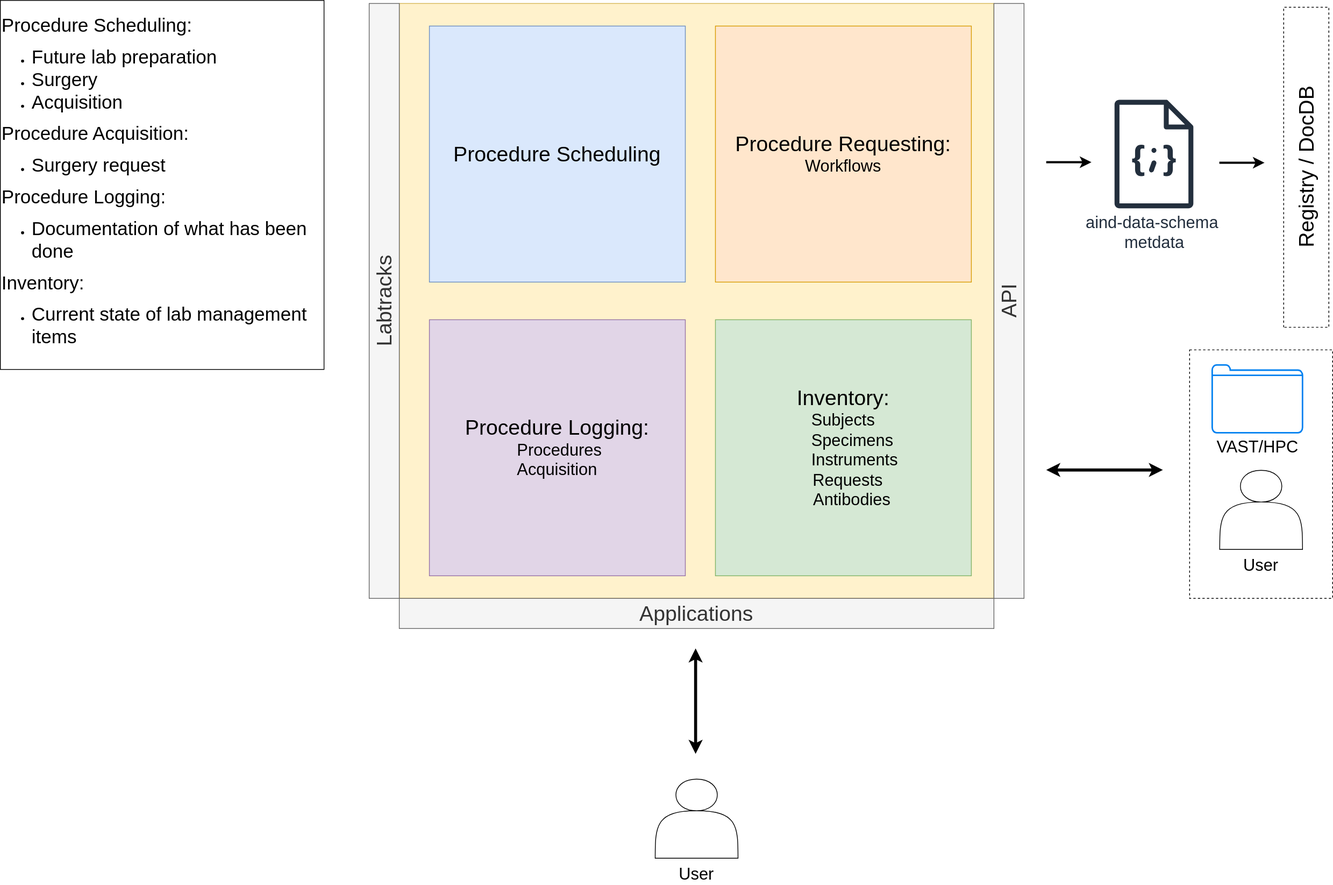
Before: docs/source/diagrams/mid_level/lab_management.svg, a diagram exported from draw.io (AllenNeuralDynamics/aind-software-docs). Source tidied: cells renumbered, new cells last; positions are measured from the earlier drawing's top-left corner, leaving out a move shared by most shapes.
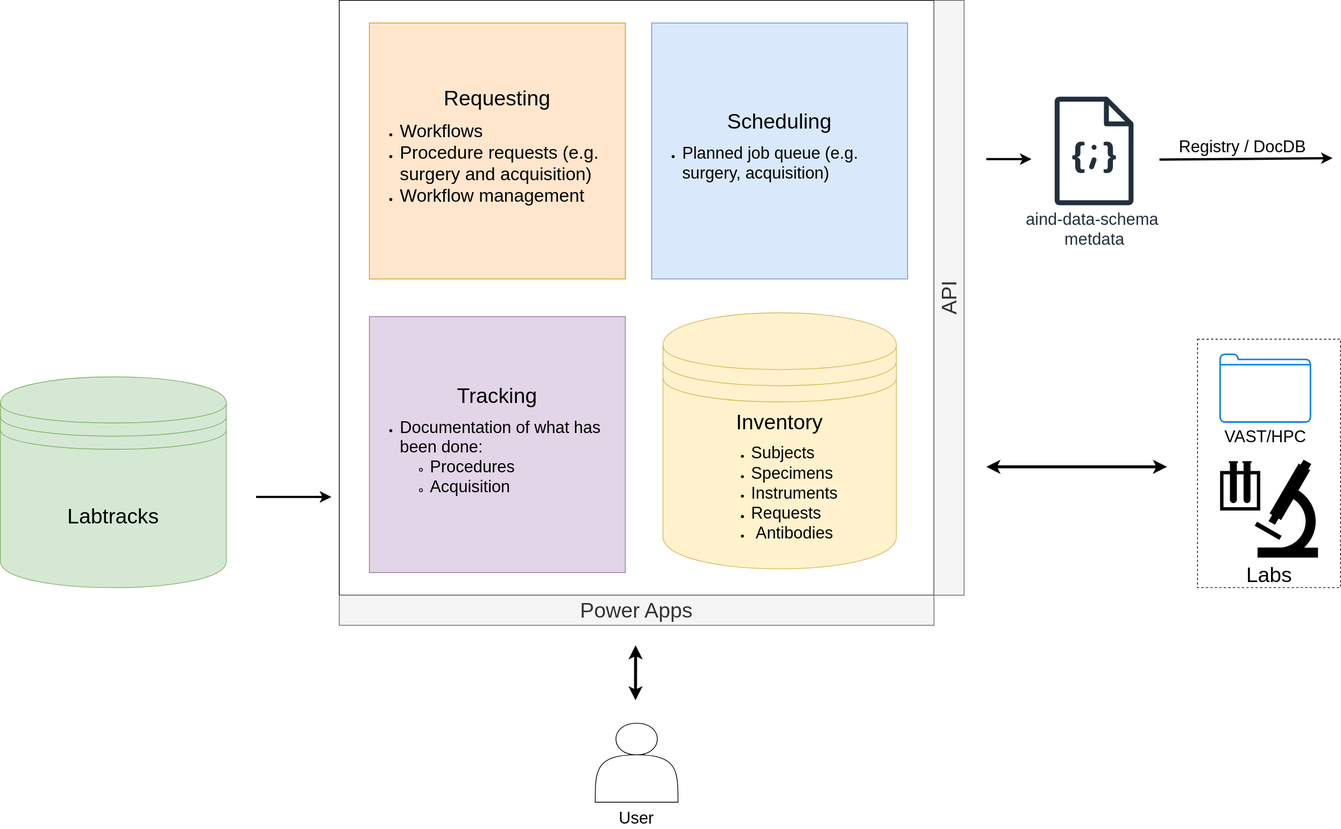
The same file after the commit.

Commit message:
chore: reformat for clarity

Change to the diagram source:
```diff
@@ -2,36 +2,24 @@
   <root>
     <mxCell id="0" />
     <mxCell id="1" parent="0" />
-    <mxCell id="2" style="rounded=0;whiteSpace=wrap;html=1;dashed=1;" parent="1" vertex="1">
-      <mxGeometry x="1580" y="464" width="190" height="330" as="geometry" />
-    </mxCell>
-    <mxCell id="3" style="whiteSpace=wrap;html=1;fillColor=#fff2cc;strokeColor=#d6b656;" parent="1" vertex="1">
+    <mxCell id="3" style="whiteSpace=wrap;html=1;" parent="1" vertex="1">
       <mxGeometry x="530" y="4" width="790" height="790" as="geometry" />
     </mxCell>
-    <mxCell id="4" value="&lt;font style=&quot;font-size: 28px;&quot;&gt;Procedure Scheduling&lt;/font&gt;" style="whiteSpace=wrap;html=1;fillColor=#dae8fc;strokeColor=#6c8ebf;" parent="1" vertex="1">
-      <mxGeometry x="570" y="34" width="340" height="340" as="geometry" />
+    <mxCell id="4" value="&lt;font style=&quot;font-size: 28px;&quot;&gt;Scheduling&lt;/font&gt;&lt;div&gt;&lt;div style=&quot;&quot;&gt;&lt;ul&gt;&lt;li style=&quot;text-align: left;&quot;&gt;&lt;span style=&quot;font-size: 22px;&quot;&gt;Planned job queue (e.g. surgery, acquisition)&lt;/span&gt;&lt;/li&gt;&lt;/ul&gt;&lt;/div&gt;&lt;/div&gt;" style="whiteSpace=wrap;html=1;fillColor=#dae8fc;strokeColor=#6c8ebf;" parent="1" vertex="1">
+      <mxGeometry x="945" y="34" width="340" height="340" as="geometry" />
     </mxCell>
-    <mxCell id="5" value="&lt;font style=&quot;font-size: 28px;&quot;&gt;Procedure Requesting:&lt;/font&gt;&lt;div&gt;&lt;font style=&quot;font-size: 22px;&quot;&gt;Workflows&lt;/font&gt;&lt;/div&gt;" style="whiteSpace=wrap;html=1;fillColor=#ffe6cc;strokeColor=#d79b00;" parent="1" vertex="1">
-      <mxGeometry x="950" y="34" width="340" height="340" as="geometry" />
+    <mxCell id="5" value="&lt;font style=&quot;font-size: 28px;&quot;&gt;Requesting&lt;/font&gt;&lt;div&gt;&lt;ul&gt;&lt;li style=&quot;text-align: left;&quot;&gt;&lt;font style=&quot;font-size: 24px;&quot;&gt;Workflows&lt;/font&gt;&lt;/li&gt;&lt;li style=&quot;text-align: left;&quot;&gt;&lt;font style=&quot;font-size: 24px;&quot;&gt;Procedure requests (e.g. surgery and acquisition)&lt;/font&gt;&lt;/li&gt;&lt;li style=&quot;text-align: left;&quot;&gt;&lt;font style=&quot;font-size: 24px;&quot;&gt;Workflow management&lt;/font&gt;&lt;/li&gt;&lt;/ul&gt;&lt;/div&gt;" style="whiteSpace=wrap;html=1;fillColor=#ffe6cc;strokeColor=#d79b00;" parent="1" vertex="1">
+      <mxGeometry x="570" y="34" width="340" height="340" as="geometry" />
     </mxCell>
-    <mxCell id="6" value="&lt;font style=&quot;font-size: 28px;&quot;&gt;Procedure Logging:&lt;/font&gt;&lt;div&gt;&lt;font style=&quot;font-size: 22px;&quot;&gt;&amp;nbsp;Procedures&lt;/font&gt;&lt;/div&gt;&lt;div&gt;&lt;font style=&quot;font-size: 22px;&quot;&gt;Acquisition&lt;/font&gt;&lt;/div&gt;" style="whiteSpace=wrap;html=1;fillColor=#e1d5e7;strokeColor=#9673a6;" parent="1" vertex="1">
+    <mxCell id="6" value="&lt;div&gt;&lt;font style=&quot;font-size: 28px;&quot;&gt;Tracking&lt;/font&gt;&lt;/div&gt;&lt;div style=&quot;text-align: left;&quot;&gt;&lt;ul&gt;&lt;li&gt;&lt;span style=&quot;font-size: 22px;&quot;&gt;Documentation of what has been done:&lt;/span&gt;&lt;/li&gt;&lt;ul&gt;&lt;li&gt;&lt;span style=&quot;font-size: 22px;&quot;&gt;Procedures&lt;/span&gt;&lt;/li&gt;&lt;li&gt;&lt;span style=&quot;font-size: 22px;&quot;&gt;Acquisition&lt;/span&gt;&lt;/li&gt;&lt;/ul&gt;&lt;/ul&gt;&lt;/div&gt;" style="whiteSpace=wrap;html=1;fillColor=#e1d5e7;strokeColor=#9673a6;" parent="1" vertex="1">
       <mxGeometry x="570" y="424" width="340" height="340" as="geometry" />
     </mxCell>
-    <mxCell id="7" value="&lt;span style=&quot;font-size: 28px;&quot;&gt;Inventory:&lt;/span&gt;&lt;div&gt;&lt;span style=&quot;background-color: transparent; color: light-dark(rgb(0, 0, 0), rgb(255, 255, 255));&quot;&gt;&lt;font style=&quot;font-size: 22px;&quot;&gt;Subjects&lt;/font&gt;&lt;/span&gt;&lt;div&gt;&lt;font style=&quot;font-size: 22px;&quot;&gt;&amp;nbsp; &amp;nbsp; Specimens&lt;/font&gt;&lt;/div&gt;&lt;div&gt;&lt;font style=&quot;font-size: 22px;&quot;&gt;&amp;nbsp; &amp;nbsp; &amp;nbsp;Instruments&lt;/font&gt;&lt;/div&gt;&lt;div&gt;&lt;font style=&quot;font-size: 22px;&quot;&gt;&amp;nbsp; Requests&lt;/font&gt;&lt;/div&gt;&lt;div&gt;&lt;font style=&quot;font-size: 22px;&quot;&gt;&amp;nbsp; &amp;nbsp; Antibodies&lt;/font&gt;&lt;/div&gt;&lt;/div&gt;" style="whiteSpace=wrap;html=1;fillColor=#d5e8d4;strokeColor=#82b366;align=center;" parent="1" vertex="1">
-      <mxGeometry x="950" y="424" width="340" height="340" as="geometry" />
-    </mxCell>
     <mxCell id="8" value="&lt;font style=&quot;font-size: 28px;&quot;&gt;API&lt;/font&gt;" style="rounded=0;whiteSpace=wrap;html=1;fillColor=#f5f5f5;fontColor=#333333;strokeColor=#666666;rotation=-90;" parent="1" vertex="1">
       <mxGeometry x="945" y="379" width="790" height="40" as="geometry" />
     </mxCell>
-    <mxCell id="9" value="&lt;font style=&quot;font-size: 28px;&quot;&gt;Applications&lt;/font&gt;" style="rounded=0;whiteSpace=wrap;html=1;fillColor=#f5f5f5;fontColor=#333333;strokeColor=#666666;" parent="1" vertex="1">
+    <mxCell id="9" value="&lt;font style=&quot;font-size: 28px;&quot;&gt;Power Apps&lt;/font&gt;" style="rounded=0;whiteSpace=wrap;html=1;fillColor=#f5f5f5;fontColor=#333333;strokeColor=#666666;" parent="1" vertex="1">
       <mxGeometry x="530" y="794" width="790" height="40" as="geometry" />
     </mxCell>
-    <mxCell id="10" value="&lt;font style=&quot;font-size: 28px;&quot;&gt;Labtracks&lt;/font&gt;" style="rounded=0;whiteSpace=wrap;html=1;fillColor=#f5f5f5;fontColor=#333333;strokeColor=#666666;rotation=-90;" parent="1" vertex="1">
-      <mxGeometry x="115" y="379" width="790" height="40" as="geometry" />
-    </mxCell>
-    <mxCell id="11" value="&lt;font style=&quot;font-size: 28px;&quot;&gt;Registry / DocDB&lt;/font&gt;" style="rounded=0;whiteSpace=wrap;html=1;rotation=-90;dashed=1;" parent="1" vertex="1">
-      <mxGeometry x="1522.5" y="191.5" width="425" height="60" as="geometry" />
-    </mxCell>
     <mxCell id="12" value="&lt;font style=&quot;font-size: 22px;&quot;&gt;aind-data-schema&amp;nbsp;&lt;/font&gt;&lt;div&gt;&lt;font style=&quot;font-size: 22px;&quot;&gt;metdata&lt;/font&gt;&lt;/div&gt;" style="sketch=0;fontColor=#232F3E;gradientColor=none;fillColor=#232F3D;strokeColor=none;dashed=0;verticalLabelPosition=bottom;verticalAlign=top;align=center;html=1;fontSize=12;fontStyle=0;shape=mxgraph.aws4.json_script;" parent="1" vertex="1">
       <mxGeometry x="1480" y="132" width="105.2" height="144" as="geometry" />
     </mxCell>
@@ -44,32 +32,17 @@
     <mxCell id="14" style="endArrow=classic;html=1;rounded=0;strokeWidth=3;" parent="1" edge="1">
       <mxGeometry relative="1" as="geometry">
         <mxPoint x="1620" y="216" as="sourcePoint" />
-        <mxPoint x="1680" y="216" as="targetPoint" />
+        <mxPoint x="1850" y="214" as="targetPoint" />
       </mxGeometry>
     </mxCell>
-    <mxCell id="15" value="&lt;font style=&quot;font-size: 22px;&quot;&gt;VAST/HPC&lt;/font&gt;" style="html=1;verticalLabelPosition=bottom;align=center;labelBackgroundColor=#ffffff;verticalAlign=top;strokeWidth=2;strokeColor=#0080F0;shadow=0;dashed=0;shape=mxgraph.ios7.icons.folder;" parent="1" vertex="1">
-      <mxGeometry x="1610" y="484" width="120" height="90" as="geometry" />
-    </mxCell>
-    <mxCell id="16" style="group;" parent="1" vertex="1">
-      <mxGeometry x="1620" y="624" width="110" height="140" as="geometry" />
-    </mxCell>
-    <mxCell id="17" style="shape=actor;whiteSpace=wrap;html=1;" parent="16" vertex="1">
-      <mxGeometry width="110" height="105" as="geometry" />
-    </mxCell>
-    <mxCell id="18" value="&lt;font style=&quot;font-size: 22px;&quot;&gt;User&lt;/font&gt;" style="text;html=1;whiteSpace=wrap;strokeColor=none;fillColor=none;align=center;verticalAlign=middle;rounded=0;" parent="16" vertex="1">
-      <mxGeometry x="25" y="113.8" width="60" height="26.2" as="geometry" />
-    </mxCell>
     <mxCell id="19" style="endArrow=classic;startArrow=classic;html=1;rounded=0;strokeWidth=4;" parent="1" edge="1">
       <mxGeometry relative="1" as="geometry">
-        <mxPoint x="924.2" y="1001" as="sourcePoint" />
+        <mxPoint x="924" y="934" as="sourcePoint" />
         <mxPoint x="924.2" y="861" as="targetPoint" />
       </mxGeometry>
     </mxCell>
-    <mxCell id="20" value="&lt;font style=&quot;font-size: 25px;&quot;&gt;Procedure Scheduling:&amp;nbsp;&lt;/font&gt;&lt;div&gt;&lt;ul&gt;&lt;li&gt;&lt;font style=&quot;font-size: 25px;&quot;&gt;Future lab preparation&lt;/font&gt;&lt;/li&gt;&lt;li&gt;&lt;font style=&quot;font-size: 25px;&quot;&gt;Surgery&lt;/font&gt;&lt;/li&gt;&lt;li&gt;&lt;font style=&quot;font-size: 25px;&quot;&gt;Acquisition&amp;nbsp;&lt;/font&gt;&lt;/li&gt;&lt;/ul&gt;&lt;div&gt;&lt;font style=&quot;font-size: 25px;&quot;&gt;Procedure Acquisition:&lt;/font&gt;&lt;/div&gt;&lt;/div&gt;&lt;div&gt;&lt;ul&gt;&lt;li&gt;&lt;font style=&quot;font-size: 25px;&quot;&gt;Surgery request&lt;/font&gt;&lt;/li&gt;&lt;/ul&gt;&lt;div&gt;&lt;font style=&quot;font-size: 25px;&quot;&gt;Procedure Logging:&lt;/font&gt;&lt;/div&gt;&lt;div&gt;&lt;ul&gt;&lt;li&gt;&lt;font style=&quot;font-size: 25px;&quot;&gt;Documentation of what has been done&lt;/font&gt;&lt;/li&gt;&lt;/ul&gt;&lt;div&gt;&lt;font style=&quot;font-size: 25px;&quot;&gt;Inventory:&lt;/font&gt;&lt;/div&gt;&lt;/div&gt;&lt;div&gt;&lt;ul&gt;&lt;li&gt;&lt;font style=&quot;font-size: 25px;&quot;&gt;Current state of lab management items&lt;/font&gt;&lt;/li&gt;&lt;/ul&gt;&lt;/div&gt;&lt;/div&gt;" style="text;html=1;whiteSpace=wrap;strokeColor=default;fillColor=none;align=left;verticalAlign=middle;rounded=0;" parent="1" vertex="1">
-      <mxGeometry width="430" height="490" as="geometry" />
-    </mxCell>
     <mxCell id="21" style="group;" parent="1" vertex="1">
-      <mxGeometry x="870" y="1034" width="110" height="140" as="geometry" />
+      <mxGeometry x="870" y="964" width="110" height="140" as="geometry" />
     </mxCell>
     <mxCell id="22" style="shape=actor;whiteSpace=wrap;html=1;" parent="21" vertex="1">
       <mxGeometry width="110" height="105" as="geometry" />
@@ -79,9 +52,36 @@
     </mxCell>
     <mxCell id="24" style="endArrow=classic;startArrow=classic;html=1;rounded=0;strokeWidth=4;" parent="1" edge="1">
       <mxGeometry relative="1" as="geometry">
-        <mxPoint x="1545" y="624" as="sourcePoint" />
+        <mxPoint x="1630" y="624" as="sourcePoint" />
         <mxPoint x="1390" y="624" as="targetPoint" />
       </mxGeometry>
     </mxCell>
+    <mxCell id="25" style="endArrow=classic;html=1;rounded=0;strokeWidth=3;" parent="1" edge="1">
+      <mxGeometry relative="1" as="geometry">
+        <mxPoint x="420" y="664" as="sourcePoint" />
+        <mxPoint x="520" y="664" as="targetPoint" />
+      </mxGeometry>
+    </mxCell>
+    <mxCell id="10" value="&lt;font style=&quot;font-size: 28px;&quot;&gt;Labtracks&lt;/font&gt;" style="shape=datastore;whiteSpace=wrap;html=1;fillColor=#d5e8d4;strokeColor=#82b366;" parent="1" vertex="1">
+      <mxGeometry x="80" y="504" width="300" height="280" as="geometry" />
+    </mxCell>
+    <mxCell id="26" value="&lt;span style=&quot;font-size: 28px;&quot;&gt;Inventory&lt;/span&gt;&lt;div&gt;&lt;div style=&quot;text-align: left;&quot;&gt;&lt;ul&gt;&lt;li&gt;&lt;span style=&quot;font-size: 22px; background-color: transparent; color: light-dark(rgb(0, 0, 0), rgb(255, 255, 255));&quot;&gt;Subjects&lt;/span&gt;&lt;/li&gt;&lt;li&gt;&lt;font style=&quot;font-size: 22px;&quot;&gt;Specimens&lt;/font&gt;&lt;/li&gt;&lt;li&gt;&lt;font style=&quot;font-size: 22px;&quot;&gt;Instruments&lt;/font&gt;&lt;/li&gt;&lt;li&gt;&lt;font style=&quot;font-size: 22px;&quot;&gt;Requests&lt;/font&gt;&lt;/li&gt;&lt;li&gt;&lt;font style=&quot;font-size: 22px;&quot;&gt;&amp;nbsp;Antibodies&lt;/font&gt;&lt;/li&gt;&lt;/ul&gt;&lt;/div&gt;&lt;/div&gt;" style="shape=datastore;whiteSpace=wrap;html=1;fillColor=#fff2cc;strokeColor=#d6b656;" parent="1" vertex="1">
+      <mxGeometry x="960" y="419" width="310" height="340" as="geometry" />
+    </mxCell>
+    <mxCell id="11" value="&lt;font style=&quot;font-size: 22px;&quot;&gt;Registry / DocDB&lt;/font&gt;" style="text;html=1;whiteSpace=wrap;strokeColor=none;fillColor=none;align=center;verticalAlign=middle;rounded=0;" parent="1" vertex="1">
+      <mxGeometry x="1630" y="184" width="200" height="30" as="geometry" />
+    </mxCell>
+    <mxCell id="27" style="group;" parent="1" vertex="1">
+      <mxGeometry x="1670" y="454" width="190" height="330" as="geometry" />
+    </mxCell>
+    <mxCell id="2" style="rounded=0;whiteSpace=wrap;html=1;dashed=1;" parent="27" vertex="1">
+      <mxGeometry width="190" height="330" as="geometry" />
+    </mxCell>
+    <mxCell id="15" value="&lt;font style=&quot;font-size: 22px;&quot;&gt;VAST/HPC&lt;/font&gt;" style="html=1;verticalLabelPosition=bottom;align=center;labelBackgroundColor=#ffffff;verticalAlign=top;strokeWidth=2;strokeColor=#0080F0;shadow=0;dashed=0;shape=mxgraph.ios7.icons.folder;" parent="27" vertex="1">
+      <mxGeometry x="30" y="20" width="120" height="90" as="geometry" />
+    </mxCell>
+    <mxCell id="28" value="&lt;font style=&quot;font-size: 28px;&quot;&gt;Labs&lt;/font&gt;" style="shape=mxgraph.signs.science.laboratory;html=1;fillColor=#000000;strokeColor=none;verticalLabelPosition=bottom;verticalAlign=top;align=center;" parent="27" vertex="1">
+      <mxGeometry x="30" y="160" width="130" height="130" as="geometry" />
+    </mxCell>
   </root>
 </mxGraphModel>
```
